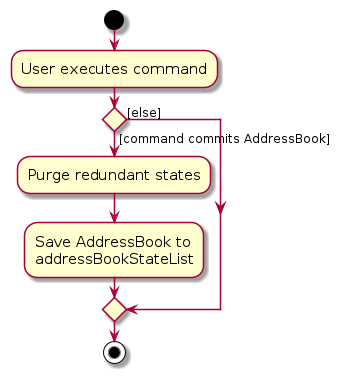
This is diagrams/CommitActivityDiagram.png from AY2627S1-CS2103T-W12-4/tp, a PlantUML export, as it was before one commit. Its source is kept beside it as diagrams/CommitActivityDiagram.puml.
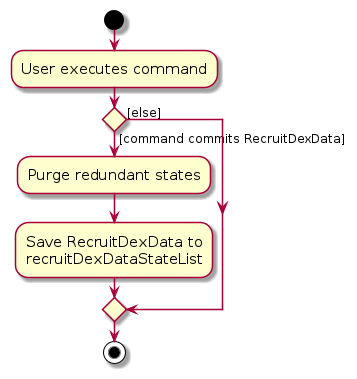
The same diagram one commit later.

Change to the diagram source:
```diff
@@ -6,10 +6,10 @@
 :User executes command;
 
 
-if () then ([command commits AddressBook])
+if () then ([command commits RecruitDexData])
     :Purge redundant states;
-    :Save AddressBook to
-    addressBookStateList;
+    :Save RecruitDexData to
+    recruitDexDataStateList;
 else ([else])
 endif
 stop
```
